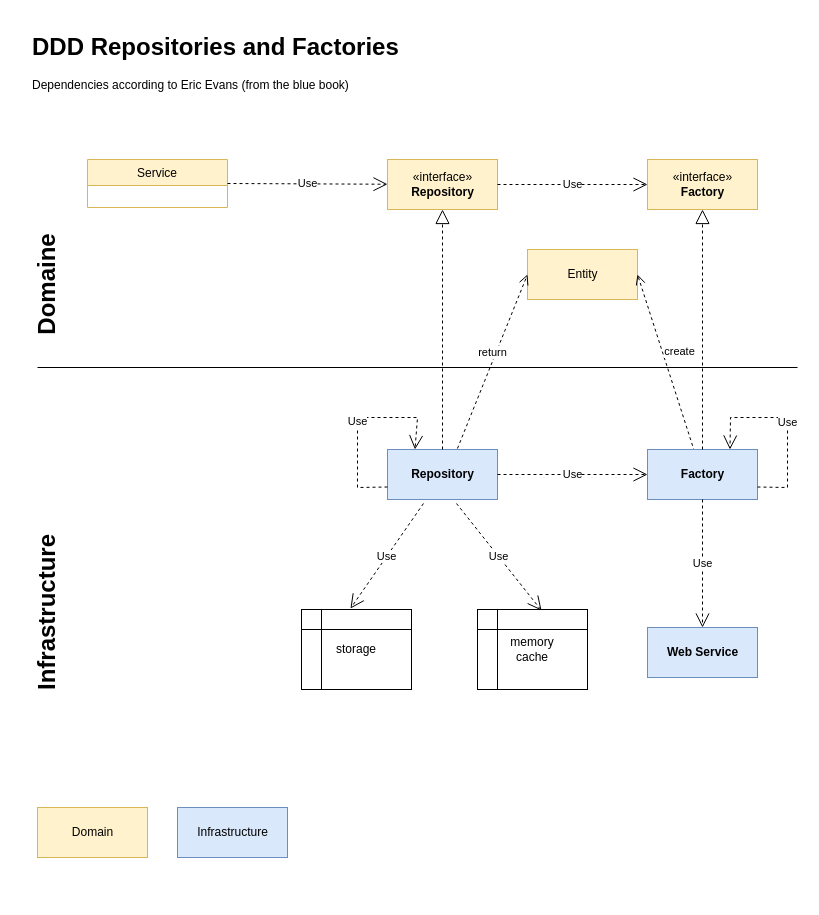
Earlier version of the draw.io diagram DDD overview.drawio (franck-gaspoz/DDD). Source tidied: cells renumbered, new cells numbered last; positions are measured from the earlier drawing's top-left corner, leaving out a move shared by most shapes. Both pictures are drawn from the tidied source at 100%, with x=0, y=0 at pixel (17, 27).
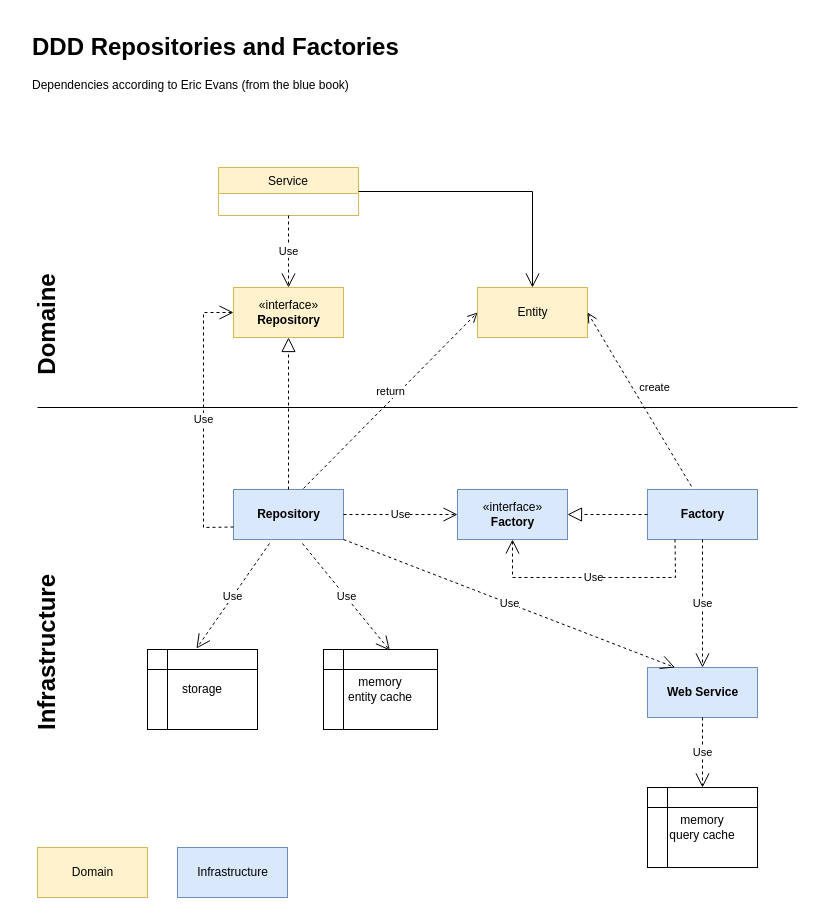
The same diagram, later.

Commit message:
Mettre à jour DDD overview.drawio

The edit, as a diff of the source:
```diff
@@
     <mxCell id="2" value="Service" style="swimlane;fontStyle=0;horizontal=1;startSize=26;fillColor=#fff2cc;strokeColor=#d6b656;" parent="1" vertex="1">
-      <mxGeometry x="70" y="132" width="140" height="48" as="geometry" />
+      <mxGeometry x="201" y="140" width="140" height="48" as="geometry" />
     </mxCell>
     <mxCell id="3" value="«interface»&lt;br&gt;&lt;b&gt;Repository&lt;/b&gt;" style="html=1;fillColor=#fff2cc;strokeColor=#d6b656;" parent="1" vertex="1">
-      <mxGeometry x="370" y="132" width="110" height="50" as="geometry" />
+      <mxGeometry x="216" y="260" width="110" height="50" as="geometry" />
     </mxCell>
-    <mxCell id="4" value="«interface»&lt;br&gt;&lt;b&gt;Factory&lt;/b&gt;" style="html=1;fillColor=#fff2cc;strokeColor=#d6b656;" parent="1" vertex="1">
-      <mxGeometry x="630" y="132" width="110" height="50" as="geometry" />
+    <mxCell id="4" value="«interface»&lt;br&gt;&lt;b&gt;Factory&lt;/b&gt;" style="html=1;fillColor=#dae8fc;strokeColor=#6c8ebf;" parent="1" vertex="1">
+      <mxGeometry x="440" y="462" width="110" height="50" as="geometry" />
     </mxCell>
-    <mxCell id="5" value="Use" style="endArrow=open;endSize=12;dashed=1;html=1;rounded=0;exitX=1;exitY=0.5;exitDx=0;exitDy=0;" parent="1" edge="1" source="2" target="3">
+    <mxCell id="5" value="Use" style="endArrow=open;endSize=12;dashed=1;html=1;rounded=0;exitX=0.5;exitY=1;exitDx=0;exitDy=0;" parent="1" edge="1" source="2" target="3">
       <mxGeometry relative="1" as="geometry" />
     </mxCell>
-    <mxCell id="6" value="Use" style="endArrow=open;endSize=12;dashed=1;html=1;rounded=0;exitX=1;exitY=0.5;exitDx=0;exitDy=0;entryX=0;entryY=0.5;entryDx=0;entryDy=0;" parent="1" edge="1" source="3" target="4">
-      <mxGeometry relative="1" as="geometry" />
-    </mxCell>
     <mxCell id="7" value="storage" style="shape=internalStorage;whiteSpace=wrap;html=1;backgroundOutline=1;" parent="1" vertex="1">
-      <mxGeometry x="284" y="582" width="110" height="80" as="geometry" />
+      <mxGeometry x="130" y="622" width="110" height="80" as="geometry" />
     </mxCell>
@@
     <mxCell id="9" value="Entity" style="html=1;fillColor=#fff2cc;strokeColor=#d6b656;" parent="1" vertex="1">
-      <mxGeometry x="510" y="222" width="110" height="50" as="geometry" />
+      <mxGeometry x="460" y="260" width="110" height="50" as="geometry" />
     </mxCell>
@@
-    <mxCell id="12" value="memory&lt;br&gt;cache" style="shape=internalStorage;whiteSpace=wrap;html=1;backgroundOutline=1;" parent="1" vertex="1">
-      <mxGeometry x="460" y="582" width="110" height="80" as="geometry" />
+    <mxCell id="12" value="memory&lt;br&gt;entity cache" style="shape=internalStorage;whiteSpace=wrap;html=1;backgroundOutline=1;align=center;" parent="1" vertex="1">
+      <mxGeometry x="306" y="622" width="114" height="80" as="geometry" />
     </mxCell>
@@
     <mxCell id="14" value="Domain" style="html=1;fillColor=#fff2cc;strokeColor=#d6b656;" parent="1" vertex="1">
-      <mxGeometry x="20" y="780" width="110" height="50" as="geometry" />
+      <mxGeometry x="20" y="820" width="110" height="50" as="geometry" />
     </mxCell>
     <mxCell id="15" value="Infrastructure" style="html=1;fillColor=#dae8fc;strokeColor=#6c8ebf;" parent="1" vertex="1">
-      <mxGeometry x="160" y="780" width="110" height="50" as="geometry" />
+      <mxGeometry x="160" y="820" width="110" height="50" as="geometry" />
     </mxCell>
     <mxCell id="16" value="&lt;h1&gt;DDD Repositories and Factories&lt;/h1&gt;&lt;p&gt;Dependencies according to Eric Evans (from the blue book)&lt;/p&gt;" style="text;html=1;strokeColor=none;fillColor=none;spacing=5;spacingTop=-20;whiteSpace=wrap;overflow=hidden;rounded=0;" parent="1" vertex="1">
-      <mxGeometry x="10" width="390" height="120" as="geometry" />
+      <mxGeometry x="10" width="390" height="80" as="geometry" />
     </mxCell>
     <mxCell id="17" value="&lt;b&gt;Repository&lt;/b&gt;" style="html=1;fillColor=#dae8fc;strokeColor=#6c8ebf;" parent="1" vertex="1">
-      <mxGeometry x="370" y="422" width="110" height="50" as="geometry" />
+      <mxGeometry x="216" y="462" width="110" height="50" as="geometry" />
     </mxCell>
     <mxCell id="18" value="&lt;b&gt;Factory&lt;/b&gt;" style="html=1;fillColor=#dae8fc;strokeColor=#6c8ebf;" parent="1" vertex="1">
-      <mxGeometry x="630" y="422" width="110" height="50" as="geometry" />
+      <mxGeometry x="630" y="462" width="110" height="50" as="geometry" />
     </mxCell>
@@
-    <mxCell id="20" style="endArrow=block;dashed=1;endFill=0;endSize=12;html=1;rounded=0;exitX=0.5;exitY=0;exitDx=0;exitDy=0;entryX=0.5;entryY=1;entryDx=0;entryDy=0;" parent="1" edge="1" source="18" target="4">
+    <mxCell id="20" style="endArrow=block;dashed=1;endFill=0;endSize=12;html=1;rounded=0;exitX=0;exitY=0.5;exitDx=0;exitDy=0;entryX=1;entryY=0.5;entryDx=0;entryDy=0;" parent="1" edge="1" source="18" target="4">
       <mxGeometry relative="1" as="geometry" />
     </mxCell>
-    <mxCell id="21" value="Use" style="endArrow=open;endSize=12;dashed=1;html=1;rounded=0;exitX=1;exitY=0.5;exitDx=0;exitDy=0;entryX=0;entryY=0.5;entryDx=0;entryDy=0;" parent="1" edge="1" source="17" target="18">
-      <mxGeometry relative="1" as="geometry" />
+    <mxCell id="21" value="Use" style="endArrow=open;endSize=12;dashed=1;html=1;rounded=0;exitX=1;exitY=0.5;exitDx=0;exitDy=0;" parent="1" edge="1" source="17">
+      <mxGeometry relative="1" as="geometry">
+        <mxPoint x="440" y="487" as="targetPoint" />
+      </mxGeometry>
     </mxCell>
     <mxCell id="22" style="endArrow=none;html=1;rounded=0;" parent="1" edge="1">
       <mxGeometry relative="1" as="geometry">
-        <mxPoint x="20" y="340" as="sourcePoint" />
-        <mxPoint x="780" y="340" as="targetPoint" />
+        <mxPoint x="20" y="380" as="sourcePoint" />
+        <mxPoint x="780" y="380" as="targetPoint" />
       </mxGeometry>
     </mxCell>
     <mxCell id="23" value="&lt;b&gt;Web Service&lt;/b&gt;" style="html=1;fillColor=#dae8fc;strokeColor=#6c8ebf;" parent="1" vertex="1">
-      <mxGeometry x="630" y="600" width="110" height="50" as="geometry" />
+      <mxGeometry x="630" y="640" width="110" height="50" as="geometry" />
     </mxCell>
@@
-    <mxCell id="25" value="Use" style="endArrow=open;endSize=12;dashed=1;html=1;rounded=0;entryX=0.25;entryY=0;entryDx=0;entryDy=0;exitX=0;exitY=0.75;exitDx=0;exitDy=0;" parent="1" edge="1" source="17" target="17">
+    <mxCell id="25" value="Use" style="endArrow=open;endSize=12;dashed=1;html=1;rounded=0;entryX=0;entryY=0.5;entryDx=0;entryDy=0;exitX=0;exitY=0.75;exitDx=0;exitDy=0;" parent="1" edge="1" source="17" target="3">
       <mxGeometry relative="1" as="geometry">
         <Array as="points">
-          <mxPoint x="340" y="460" />
-          <mxPoint x="340" y="390" />
-          <mxPoint x="400" y="390" />
+          <mxPoint x="186" y="500" />
+          <mxPoint x="186" y="285" />
         </Array>
       </mxGeometry>
     </mxCell>
-    <mxCell id="26" value="Use" style="endArrow=open;endSize=12;dashed=1;html=1;rounded=0;entryX=0.75;entryY=0;entryDx=0;entryDy=0;exitX=1;exitY=0.75;exitDx=0;exitDy=0;" parent="1" edge="1" source="18" target="18">
+    <mxCell id="26" value="Use" style="endArrow=open;endSize=12;dashed=1;html=1;rounded=0;exitX=0.25;exitY=1;exitDx=0;exitDy=0;entryX=0.5;entryY=1;entryDx=0;entryDy=0;" parent="1" edge="1" source="18" target="4">
       <mxGeometry relative="1" as="geometry">
         <Array as="points">
-          <mxPoint x="770" y="460" />
-          <mxPoint x="770" y="390" />
-          <mxPoint x="713" y="390" />
+          <mxPoint x="658" y="550" />
+          <mxPoint x="495" y="550" />
         </Array>
       </mxGeometry>
     </mxCell>
     <mxCell id="27" value="&lt;h1&gt;Domaine&lt;/h1&gt;" style="text;html=1;strokeColor=none;fillColor=none;align=center;verticalAlign=middle;whiteSpace=wrap;rounded=0;rotation=-90;" parent="1" vertex="1">
-      <mxGeometry y="242" width="60" height="30" as="geometry" />
+      <mxGeometry y="282" width="60" height="30" as="geometry" />
     </mxCell>
     <mxCell id="28" value="&lt;h1&gt;Infrastructure&lt;/h1&gt;" style="text;html=1;strokeColor=none;fillColor=none;align=center;verticalAlign=middle;whiteSpace=wrap;rounded=0;rotation=-90;" parent="1" vertex="1">
-      <mxGeometry y="570" width="60" height="30" as="geometry" />
+      <mxGeometry y="610" width="60" height="30" as="geometry" />
     </mxCell>
+    <mxCell id="29" style="endArrow=open;endFill=1;endSize=12;html=1;rounded=0;exitX=1;exitY=0.5;exitDx=0;exitDy=0;entryX=0.5;entryY=0;entryDx=0;entryDy=0;" parent="1" edge="1" source="2" target="9">
+      <mxGeometry relative="1" as="geometry">
+        <Array as="points">
+          <mxPoint x="515" y="164" />
+        </Array>
+      </mxGeometry>
+    </mxCell>
+    <mxCell id="30" value="Use" style="endArrow=open;endSize=12;dashed=1;html=1;rounded=0;exitX=1;exitY=1;exitDx=0;exitDy=0;entryX=0.25;entryY=0;entryDx=0;entryDy=0;" parent="1" edge="1" source="17" target="23">
+      <mxGeometry relative="1" as="geometry" />
+    </mxCell>
+    <mxCell id="31" value="memory&lt;br&gt;query cache" style="shape=internalStorage;whiteSpace=wrap;html=1;backgroundOutline=1;" parent="1" vertex="1">
+      <mxGeometry x="630" y="760" width="110" height="80" as="geometry" />
+    </mxCell>
+    <mxCell id="32" value="Use" style="endArrow=open;endSize=12;dashed=1;html=1;rounded=0;exitX=0.5;exitY=1;exitDx=0;exitDy=0;entryX=0.5;entryY=0;entryDx=0;entryDy=0;" parent="1" edge="1" source="23" target="31">
+      <mxGeometry relative="1" as="geometry" />
+    </mxCell>
```
